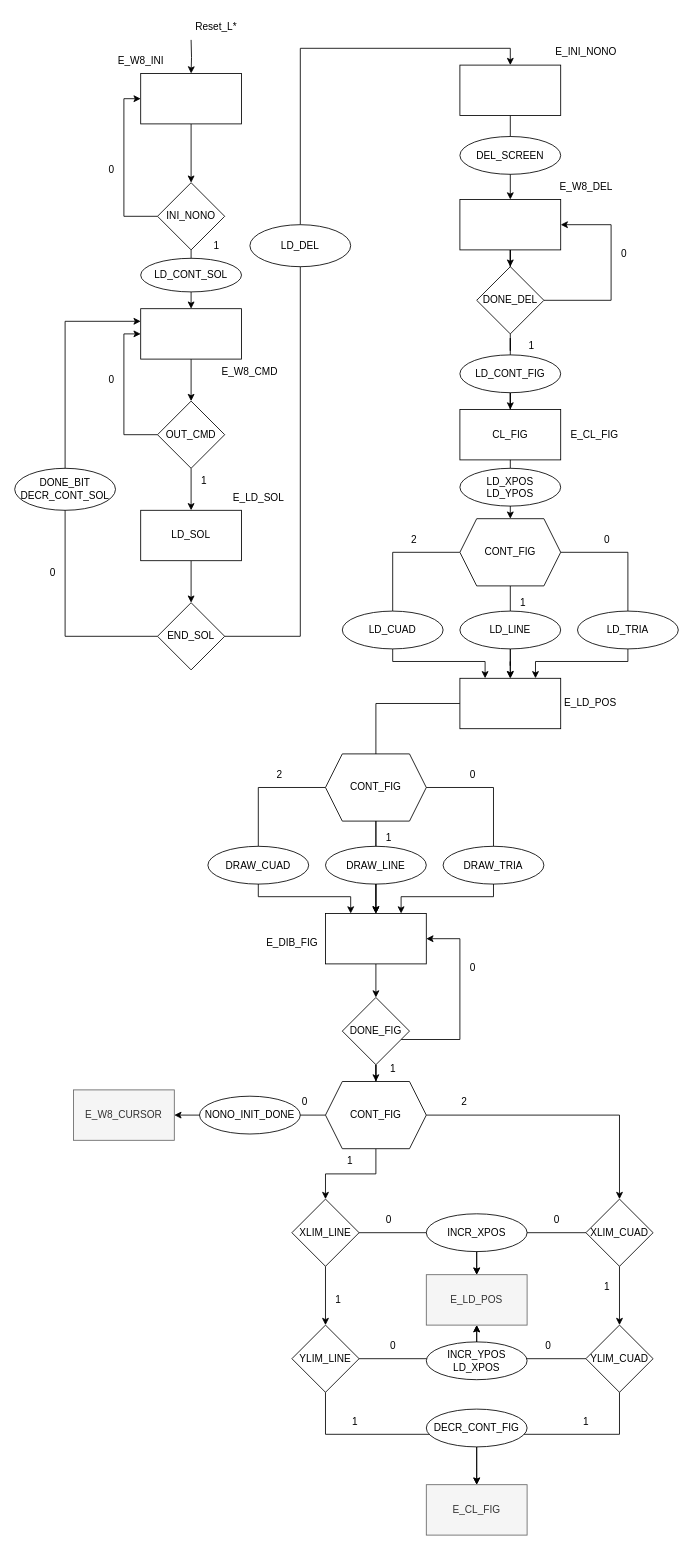
DASDNonograma/Nonograma keeps this draw.io diagram as DiagramasDisenio/FicherosDrawio/NONO_GRAPHICS_UC.drawio. Above is the earlier version. Source tidied: cells renumbered, new cells numbered last; positions are measured from the earlier drawing's top-left corner, leaving out a move shared by most shapes. Both pictures are drawn from the tidied source at 84%, with x=0, y=0 at pixel (14, 14).
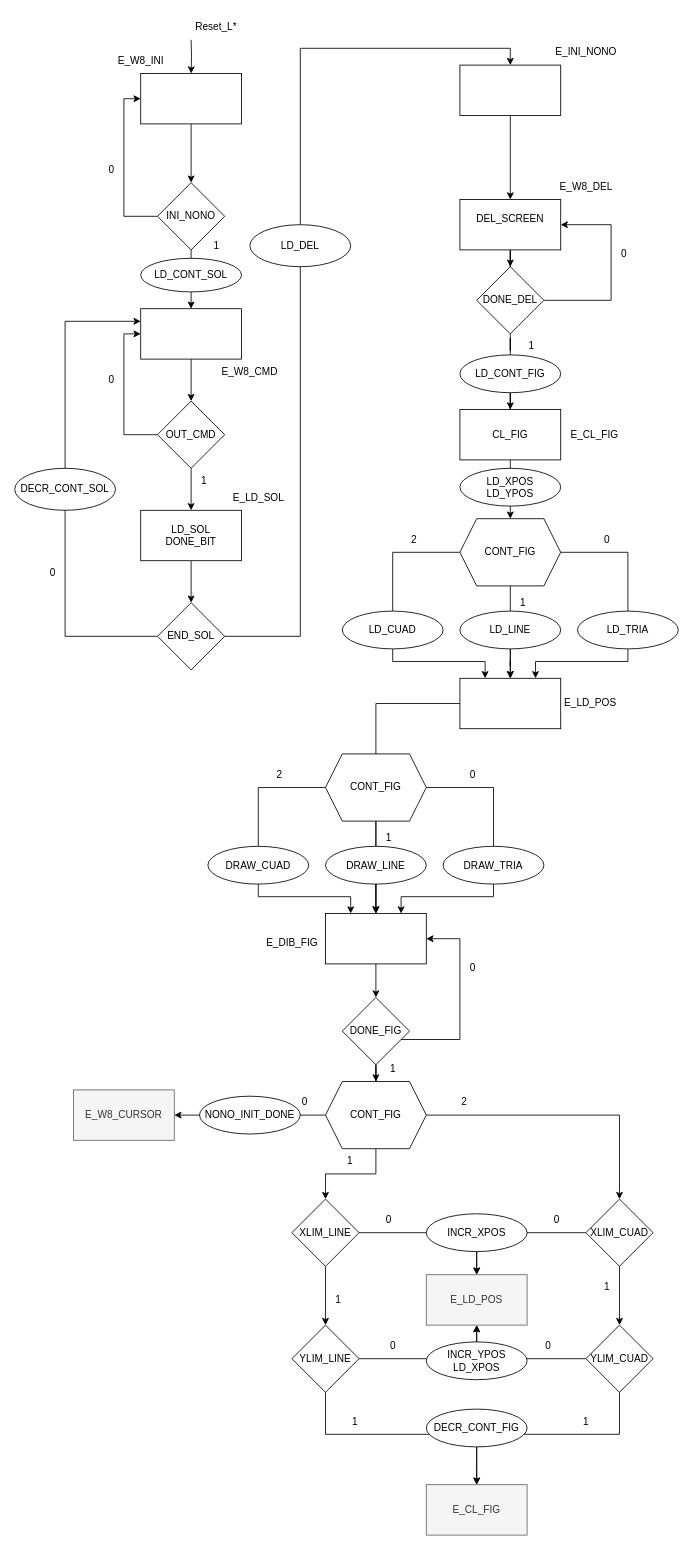
Above is the later version.

Change to the diagram source:
```diff
@@
-    <mxCell id="14" value="LD_SOL" style="rounded=0;whiteSpace=wrap;html=1;" parent="1" vertex="1">
+    <mxCell id="14" value="LD_SOL&lt;br&gt;DONE_BIT" style="rounded=0;whiteSpace=wrap;html=1;" parent="1" vertex="1">
       <mxGeometry x="150" y="590" width="120" height="60" as="geometry" />
     </mxCell>
@@
-    <mxCell id="23" value="DONE_BIT&lt;br&gt;DECR_CONT_SOL" style="ellipse;whiteSpace=wrap;html=1;" parent="1" vertex="1">
+    <mxCell id="23" value="DECR_CONT_SOL" style="ellipse;whiteSpace=wrap;html=1;" parent="1" vertex="1">
       <mxGeometry y="540" width="120" height="50" as="geometry" />
     </mxCell>
@@
-    <mxCell id="32" style="rounded=0;whiteSpace=wrap;html=1;" parent="1" vertex="1">
+    <mxCell id="32" value="&#10;&lt;span style=&quot;color: rgb(0, 0, 0); font-family: Helvetica; font-size: 12px; font-style: normal; font-variant-ligatures: normal; font-variant-caps: normal; font-weight: 400; letter-spacing: normal; orphans: 2; text-align: center; text-indent: 0px; text-transform: none; widows: 2; word-spacing: 0px; -webkit-text-stroke-width: 0px; background-color: rgb(251, 251, 251); text-decoration-thickness: initial; text-decoration-style: initial; text-decoration-color: initial; float: none; display: inline !important;&quot;&gt;DEL_SCREEN&lt;/span&gt;&#10;&#10;" style="rounded=0;whiteSpace=wrap;html=1;" parent="1" vertex="1">
       <mxGeometry x="530" y="220" width="120" height="60" as="geometry" />
     </mxCell>
@@
-    <mxCell id="48" value="DEL_SCREEN" style="ellipse;whiteSpace=wrap;html=1;" parent="1" vertex="1">
-      <mxGeometry x="530" y="145" width="120" height="45" as="geometry" />
-    </mxCell>
```
